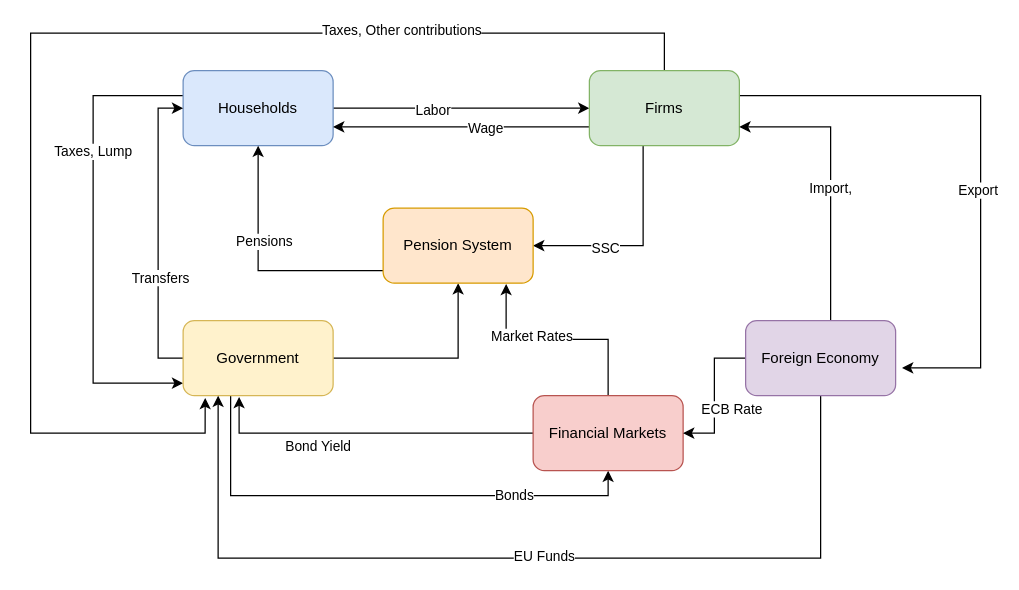
Before: ogre/zakladna_schema.drawio in zuzancek/schemes, a draw.io diagram. Source tidied: cells renumbered, new cells numbered last; positions are measured from the earlier drawing's top-left corner, leaving out a move shared by most shapes. Both pictures are drawn from the tidied source at 125%, with x=0, y=0 at pixel (30, 32).
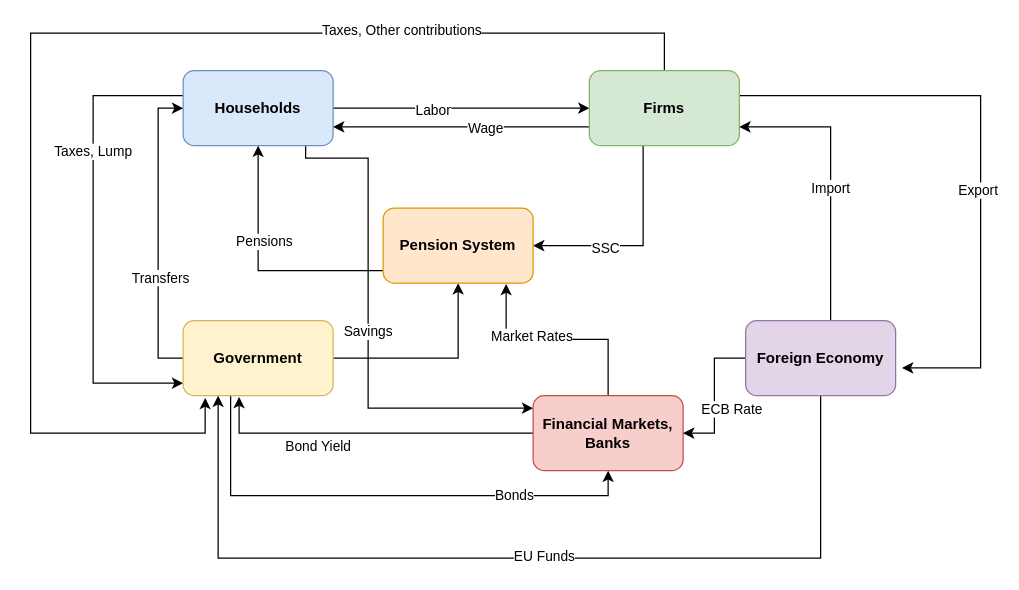
After the change.

Unchanged cells that the change refers to:
```xml
<mxCell id="32" style="edgeStyle=orthogonalEdgeStyle;rounded=0;jettySize=auto;html=1;entryX=1;entryY=0.75;entryDx=0;entryDy=0;" parent="1" edge="1" source="36" target="15">
  <mxGeometry relative="1" as="geometry">
    <Array as="points">
      <mxPoint x="640" y="75" />
    </Array>
  </mxGeometry>
</mxCell>
```

Diff of the diagram source:
```diff
@@
+    <mxCell id="37" style="edgeStyle=orthogonalEdgeStyle;rounded=0;jettySize=auto;html=1;" parent="1" edge="1" source="6" target="26">
+      <mxGeometry relative="1" as="geometry">
+        <Array as="points">
+          <mxPoint x="220" y="100" />
+          <mxPoint x="270" y="100" />
+          <mxPoint x="270" y="300" />
+        </Array>
+      </mxGeometry>
+    </mxCell>
+    <mxCell id="38" value="Savings" style="edgeLabel;html=1;align=center;verticalAlign=middle;" parent="37" vertex="1">
+      <mxGeometry x="0.01" y="-1" relative="1" as="geometry" />
+    </mxCell>
-    <mxCell id="6" value="Households" style="rounded=1;whiteSpace=wrap;html=1;fillColor=#dae8fc;strokeColor=#6c8ebf;" parent="1" vertex="1">
+    <mxCell id="6" value="Households" style="rounded=1;whiteSpace=wrap;html=1;fillColor=#dae8fc;strokeColor=#6c8ebf;fontStyle=1;" parent="1" vertex="1">
       <mxGeometry x="122" y="30" width="120" height="60" as="geometry" />
     </mxCell>
@@
-    <mxCell id="15" value="Firms" style="rounded=1;whiteSpace=wrap;html=1;fillColor=#d5e8d4;strokeColor=#82b366;" parent="1" vertex="1">
+    <mxCell id="15" value="Firms" style="rounded=1;whiteSpace=wrap;html=1;fillColor=#d5e8d4;strokeColor=#82b366;fontStyle=1;" parent="1" vertex="1">
       <mxGeometry x="447" y="30" width="120" height="60" as="geometry" />
     </mxCell>
@@
-    <mxCell id="21" value="Government" style="rounded=1;whiteSpace=wrap;html=1;fillColor=#fff2cc;strokeColor=#d6b656;" parent="1" vertex="1">
+    <mxCell id="21" value="Government" style="rounded=1;whiteSpace=wrap;html=1;fillColor=#fff2cc;strokeColor=#d6b656;fontStyle=1;" parent="1" vertex="1">
       <mxGeometry x="122" y="230" width="120" height="60" as="geometry" />
     </mxCell>
@@
-    <mxCell id="26" value="Financial Markets" style="rounded=1;whiteSpace=wrap;html=1;fillColor=#f8cecc;strokeColor=#b85450;" parent="1" vertex="1">
+    <mxCell id="26" value="Financial Markets, Banks" style="rounded=1;whiteSpace=wrap;html=1;fillColor=#f8cecc;strokeColor=#b85450;fontStyle=1;" parent="1" vertex="1">
       <mxGeometry x="402" y="290" width="120" height="60" as="geometry" />
     </mxCell>
@@
-    <mxCell id="29" value="Pension System" style="rounded=1;whiteSpace=wrap;html=1;fillColor=#ffe6cc;strokeColor=#d79b00;" parent="1" vertex="1">
+    <mxCell id="29" value="Pension System" style="rounded=1;whiteSpace=wrap;html=1;fillColor=#ffe6cc;strokeColor=#d79b00;fontStyle=1;" parent="1" vertex="1">
       <mxGeometry x="282" y="140" width="120" height="60" as="geometry" />
     </mxCell>
@@
-    <mxCell id="33" value="Import," style="edgeLabel;html=1;align=center;verticalAlign=middle;" parent="32" vertex="1">
+    <mxCell id="33" value="Import" style="edgeLabel;html=1;align=center;verticalAlign=middle;" parent="32" vertex="1">
       <mxGeometry x="-0.06" y="1" relative="1" as="geometry" />
     </mxCell>
@@
-    <mxCell id="36" value="Foreign Economy" style="rounded=1;whiteSpace=wrap;html=1;fillColor=#e1d5e7;strokeColor=#9673a6;" parent="1" vertex="1">
+    <mxCell id="36" value="Foreign Economy" style="rounded=1;whiteSpace=wrap;html=1;fillColor=#e1d5e7;strokeColor=#9673a6;fontStyle=1;" parent="1" vertex="1">
       <mxGeometry x="572" y="230" width="120" height="60" as="geometry" />
     </mxCell>
```
